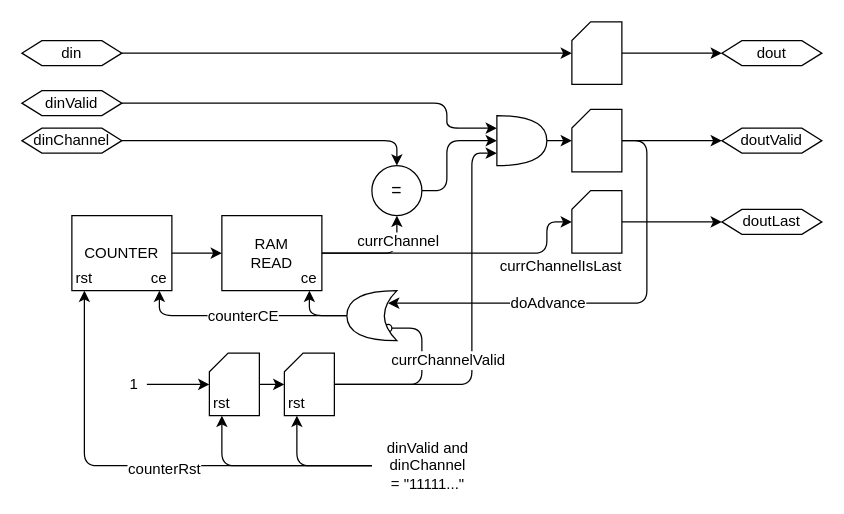
The draw.io diagram diagrams/channel_selector.drawio in gabriel-tenma-white/fpga-dsp, before the edit. Source tidied: cells renumbered, new cells numbered last; positions are measured from the earlier drawing's top-left corner, leaving out a move shared by most shapes. Both pictures are drawn from the tidied source at 125%, with x=0, y=0 at pixel (21, 21).
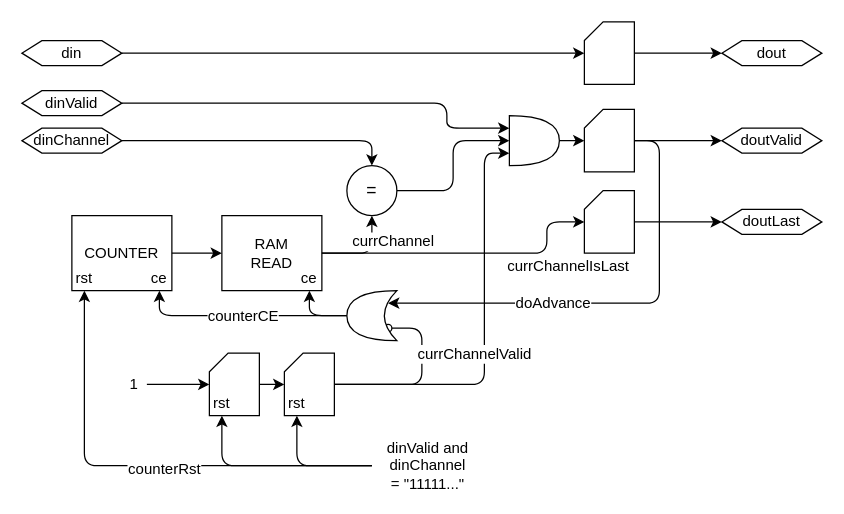
Above is the later version.

Unchanged cells that the change refers to:
```xml
<mxCell id="40" style="shape=card;whiteSpace=wrap;html=1;fontSize=14;size=15;" parent="1" vertex="1">
  <mxGeometry x="210" y="265" width="40" height="50" as="geometry" />
</mxCell>
<mxCell id="44" style="shape=xor;whiteSpace=wrap;html=1;fontSize=12;direction=west;" parent="1" vertex="1">
  <mxGeometry x="260" y="215" width="40" height="40" as="geometry" />
</mxCell>
```

The edit, as a diff of the source:
```diff
@@
-    <mxCell id="16" style="edgeStyle=orthogonalEdgeStyle;rounded=1;jettySize=auto;html=1;exitX=1;exitY=0.5;exitDx=0;exitDy=0;entryX=0;entryY=0.5;entryDx=0;entryDy=0;entryPerimeter=0;fontSize=12;" parent="1" edge="1" source="17" target="19">
-      <mxGeometry relative="1" as="geometry">
-        <Array as="points">
-          <mxPoint x="340" y="135" />
-          <mxPoint x="340" y="95" />
-        </Array>
-      </mxGeometry>
+    <mxCell id="16" style="edgeStyle=orthogonalEdgeStyle;rounded=1;jettySize=auto;html=1;exitX=1;exitY=0.5;exitDx=0;exitDy=0;" parent="1" edge="1" source="17" target="19">
+      <mxGeometry relative="1" as="geometry" />
     </mxCell>
     <mxCell id="17" value="=" style="ellipse;whiteSpace=wrap;html=1;fontSize=14;" parent="1" vertex="1">
-      <mxGeometry x="280" y="115" width="40" height="40" as="geometry" />
+      <mxGeometry x="260" y="115" width="40" height="40" as="geometry" />
     </mxCell>
@@
     <mxCell id="19" style="shape=or;whiteSpace=wrap;html=1;fontSize=14;" parent="1" vertex="1">
-      <mxGeometry x="380" y="75" width="40" height="40" as="geometry" />
+      <mxGeometry x="390" y="75" width="40" height="40" as="geometry" />
     </mxCell>
@@
     <mxCell id="21" style="edgeStyle=orthogonalEdgeStyle;rounded=1;jettySize=auto;html=1;exitX=1;exitY=0.5;exitDx=0;exitDy=0;exitPerimeter=0;entryX=0.175;entryY=0.75;entryDx=0;entryDy=0;entryPerimeter=0;endArrow=classic;endFill=1;fontSize=12;" parent="1" edge="1" source="23" target="44">
       <mxGeometry relative="1" as="geometry">
         <Array as="points">
-          <mxPoint x="500" y="95" />
-          <mxPoint x="500" y="225" />
+          <mxPoint x="510" y="95" />
+          <mxPoint x="510" y="225" />
         </Array>
       </mxGeometry>
     </mxCell>
@@
     <mxCell id="23" style="shape=card;whiteSpace=wrap;html=1;fontSize=14;size=15;" parent="1" vertex="1">
-      <mxGeometry x="440" y="70" width="40" height="50" as="geometry" />
+      <mxGeometry x="450" y="70" width="40" height="50" as="geometry" />
     </mxCell>
@@
     <mxCell id="27" style="shape=card;whiteSpace=wrap;html=1;fontSize=14;size=15;" parent="1" vertex="1">
-      <mxGeometry x="440" width="40" height="50" as="geometry" />
+      <mxGeometry x="450" width="40" height="50" as="geometry" />
     </mxCell>
@@
     <mxCell id="38" style="edgeStyle=orthogonalEdgeStyle;rounded=1;jettySize=auto;html=1;exitX=1;exitY=0.5;exitDx=0;exitDy=0;exitPerimeter=0;entryX=0;entryY=0.75;entryDx=0;entryDy=0;entryPerimeter=0;endArrow=classic;endFill=1;fontSize=12;" parent="1" edge="1" source="40" target="19">
       <mxGeometry relative="1" as="geometry">
         <Array as="points">
-          <mxPoint x="360" y="290" />
-          <mxPoint x="360" y="105" />
+          <mxPoint x="370" y="290" />
+          <mxPoint x="370" y="105" />
         </Array>
       </mxGeometry>
     </mxCell>
     <mxCell id="39" value="currChannelValid" style="text;html=1;align=center;verticalAlign=middle;labelBackgroundColor=#ffffff;fontSize=12;" parent="38" vertex="1">
       <mxGeometry x="-0.3" y="18" relative="1" as="geometry">
-        <mxPoint x="-2" y="-20" as="offset" />
+        <mxPoint x="-3" y="-7" as="offset" />
       </mxGeometry>
     </mxCell>
@@
     <mxCell id="51" style="shape=card;whiteSpace=wrap;html=1;fontSize=14;size=15;" parent="1" vertex="1">
-      <mxGeometry x="440" y="135" width="40" height="50" as="geometry" />
+      <mxGeometry x="450" y="135" width="40" height="50" as="geometry" />
     </mxCell>
```
